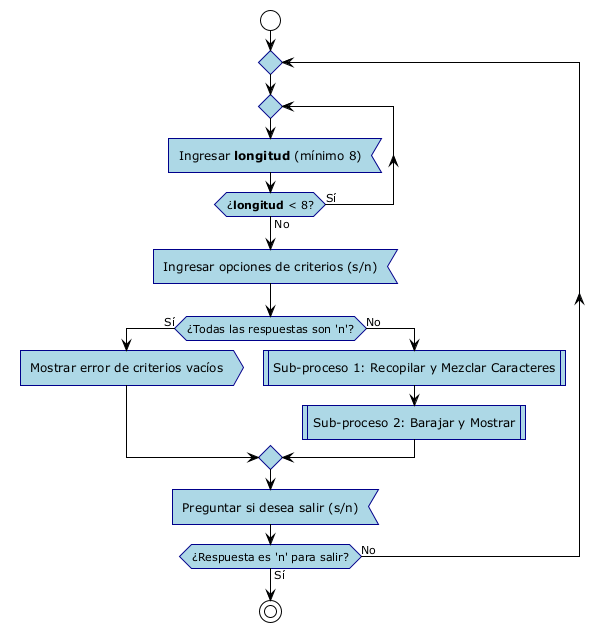
Earlier version of the PlantUML export diagrama-principal.png (nelsonmarro/generador_password_py). The source it was exported from:
```plantuml
@startuml
!theme plain
skinparam roundcorner 0
skinparam activity {
  BackgroundColor lightblue
  BorderColor darkblue
  ArrowColor black
}

start

repeat
  repeat
    :Ingresar **longitud** (mínimo 8); <<input>>
  repeat while (¿**longitud** < 8?) is (Sí) not (No)

  :Ingresar opciones de criterios (s/n); <<input>>

  if (¿Todas las respuestas son 'n'?) then (Sí)
    :Mostrar error de criterios vacíos; <<output>>
  else (No)
    :Sub-proceso 1: Recopilar y Mezclar Caracteres; <<procedure>>
    :Sub-proceso 2: Barajar y Mostrar; <<procedure>>
  endif

  :Preguntar si desea salir (s/n); <<input>>

repeat while (¿Respuesta es 'n' para salir?) is (No) not (Sí)

stop
@enduml
```
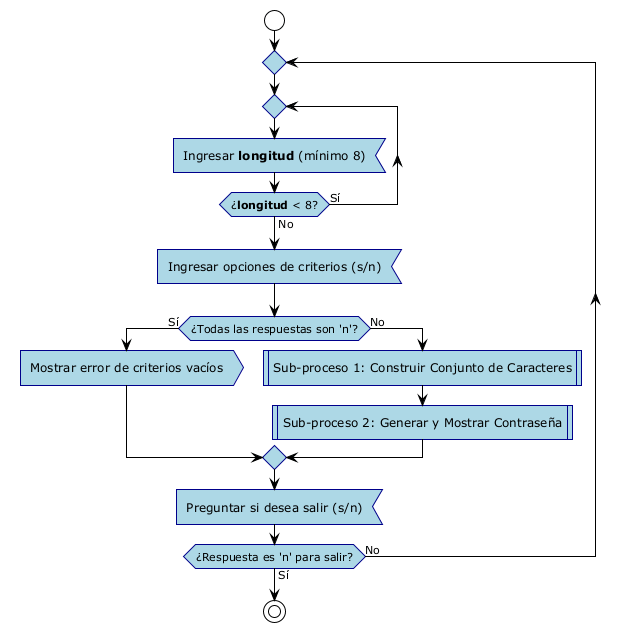
The same file after the commit.

Change to the diagram source:
```diff
@@ -19,8 +19,8 @@
   if (¿Todas las respuestas son 'n'?) then (Sí)
     :Mostrar error de criterios vacíos; <<output>>
   else (No)
-    :Sub-proceso 1: Recopilar y Mezclar Caracteres; <<procedure>>
-    :Sub-proceso 2: Barajar y Mostrar; <<procedure>>
+    :Sub-proceso 1: Construir Conjunto de Caracteres; <<procedure>>
+    :Sub-proceso 2: Generar y Mostrar Contraseña; <<procedure>>
   endif
 
   :Preguntar si desea salir (s/n); <<input>>
```
